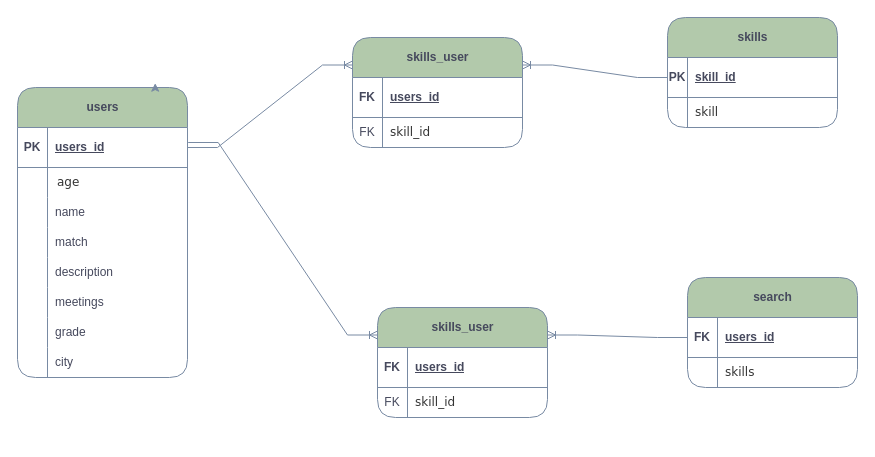
Earlier version of the draw.io diagram Диаграмма без названия.drawio (moroshma/random-cofee-bot-for-students). Source tidied: cells renumbered, new cells numbered last; positions are measured from the earlier drawing's top-left corner, leaving out a move shared by most shapes. Both pictures are drawn from the tidied source at 100%, with x=0, y=0 at pixel (17, 17).
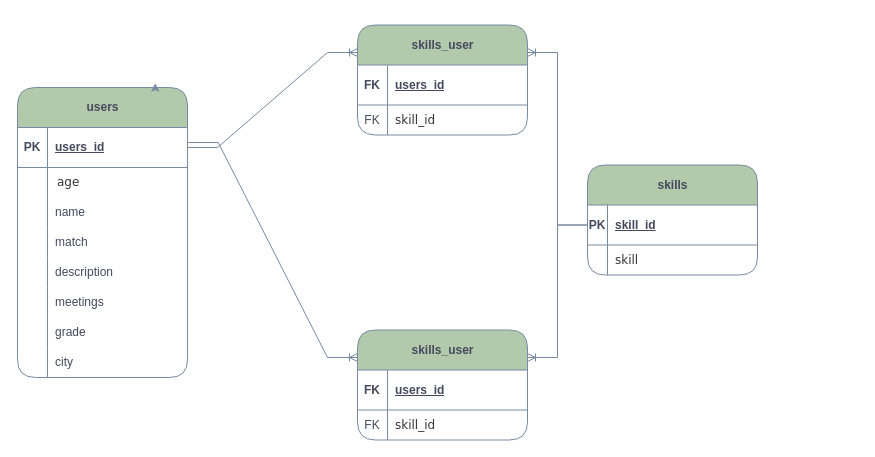
Above is the later version.

The change refers to these unchanged cells:
```xml
<mxCell id="28" style="shape=tableRow;horizontal=0;startSize=0;swimlaneHead=0;swimlaneBody=0;fillColor=none;points=[[0,0.5],[1,0.5]];portConstraint=eastwest;top=0;left=0;right=0;bottom=1;rounded=1;labelBackgroundColor=none;strokeColor=#788AA3;fontColor=#46495D;" parent="27" vertex="1">
  <mxGeometry y="40" width="170" height="40" as="geometry" />
</mxCell>
```

Change to the diagram source:
```diff
@@
     <mxCell id="27" value="skills" style="shape=table;startSize=40;childLayout=tableLayout;rowLines=0;fontStyle=1;align=center;html=1;rounded=1;labelBackgroundColor=none;fillColor=#B2C9AB;strokeColor=#788AA3;fontColor=#46495D;" parent="1" vertex="1">
-      <mxGeometry x="650" width="170" height="110" as="geometry" />
+      <mxGeometry x="570" y="147.5" width="170" height="110" as="geometry" />
     </mxCell>
@@
-    <mxCell id="34" value="search" style="shape=table;startSize=40;childLayout=tableLayout;rowLines=0;fontStyle=1;align=center;html=1;rounded=1;labelBackgroundColor=none;fillColor=#B2C9AB;strokeColor=#788AA3;fontColor=#46495D;direction=east;" parent="1" vertex="1">
-      <mxGeometry x="670" y="260" width="170" height="110" as="geometry" />
-    </mxCell>
-    <mxCell id="35" style="shape=tableRow;horizontal=0;startSize=0;swimlaneHead=0;swimlaneBody=0;fillColor=none;points=[[0,0.5],[1,0.5]];portConstraint=eastwest;top=0;left=0;right=0;bottom=1;rounded=1;labelBackgroundColor=none;strokeColor=#788AA3;fontColor=#46495D;" parent="34" vertex="1">
-      <mxGeometry y="40" width="170" height="40" as="geometry" />
-    </mxCell>
-    <mxCell id="36" value="FK" style="shape=partialRectangle;fillColor=none;top=0;left=0;bottom=0;right=0;fontStyle=1;overflow=hidden;whiteSpace=wrap;html=1;rounded=1;labelBackgroundColor=none;strokeColor=#788AA3;fontColor=#46495D;" parent="35" vertex="1">
-      <mxGeometry width="30" height="40" as="geometry" />
-    </mxCell>
-    <mxCell id="37" value="users_id" style="shape=partialRectangle;fillColor=none;top=0;left=0;bottom=0;right=0;align=left;spacingLeft=6;fontStyle=5;overflow=hidden;whiteSpace=wrap;html=1;rounded=1;labelBackgroundColor=none;strokeColor=#788AA3;fontColor=#46495D;" parent="35" vertex="1">
-      <mxGeometry x="30" width="140" height="40" as="geometry" />
-    </mxCell>
-    <mxCell id="38" style="shape=tableRow;horizontal=0;startSize=0;swimlaneHead=0;swimlaneBody=0;fillColor=none;top=0;left=0;right=0;bottom=0;rounded=1;labelBackgroundColor=none;strokeColor=#788AA3;fontColor=#46495D;" parent="34" vertex="1">
-      <mxGeometry y="80" width="170" height="30" as="geometry" />
-    </mxCell>
-    <mxCell id="39" style="shape=partialRectangle;fillColor=none;top=0;left=0;bottom=0;right=0;overflow=hidden;whiteSpace=wrap;html=1;rounded=1;labelBackgroundColor=none;strokeColor=#788AA3;fontColor=#46495D;" parent="38" vertex="1">
-      <mxGeometry width="30" height="30" as="geometry" />
-    </mxCell>
-    <mxCell id="40" value="&lt;font face=&quot;Verdana&quot; color=&quot;#333333&quot;&gt;skills&lt;/font&gt;" style="shape=partialRectangle;fillColor=none;top=0;left=0;bottom=0;right=0;align=left;spacingLeft=6;overflow=hidden;whiteSpace=wrap;html=1;rounded=1;labelBackgroundColor=none;strokeColor=#788AA3;fontColor=#46495D;" parent="38" vertex="1">
-      <mxGeometry x="30" width="140" height="30" as="geometry" />
-    </mxCell>
@@
     <mxCell id="43" value="skills_user" style="shape=table;startSize=40;childLayout=tableLayout;rowLines=0;fontStyle=1;align=center;html=1;rounded=1;labelBackgroundColor=none;fillColor=#B2C9AB;strokeColor=#788AA3;fontColor=#46495D;" parent="1" vertex="1">
-      <mxGeometry x="335" y="20" width="170" height="110" as="geometry" />
+      <mxGeometry x="340" y="7.5" width="170" height="110" as="geometry" />
     </mxCell>
@@
     <mxCell id="52" value="skills_user" style="shape=table;startSize=40;childLayout=tableLayout;rowLines=0;fontStyle=1;align=center;html=1;rounded=1;labelBackgroundColor=none;fillColor=#B2C9AB;strokeColor=#788AA3;fontColor=#46495D;" parent="1" vertex="1">
-      <mxGeometry x="360" y="290" width="170" height="110" as="geometry" />
+      <mxGeometry x="340" y="312.5" width="170" height="110" as="geometry" />
     </mxCell>
@@
-    <mxCell id="59" style="edgeStyle=entityRelationEdgeStyle;fontSize=12;html=1;endArrow=ERoneToMany;rounded=0;strokeColor=#788AA3;fontColor=#46495D;fillColor=#B2C9AB;entryX=1;entryY=0.25;entryDx=0;entryDy=0;exitX=0;exitY=0.5;exitDx=0;exitDy=0;" parent="1" edge="1" source="35" target="52">
+    <mxCell id="59" style="edgeStyle=entityRelationEdgeStyle;fontSize=12;html=1;endArrow=ERoneToMany;rounded=0;strokeColor=#788AA3;fontColor=#46495D;fillColor=#B2C9AB;entryX=1;entryY=0.25;entryDx=0;entryDy=0;" parent="1" edge="1" source="28" target="52">
       <mxGeometry relative="1" as="geometry" />
     </mxCell>
```
